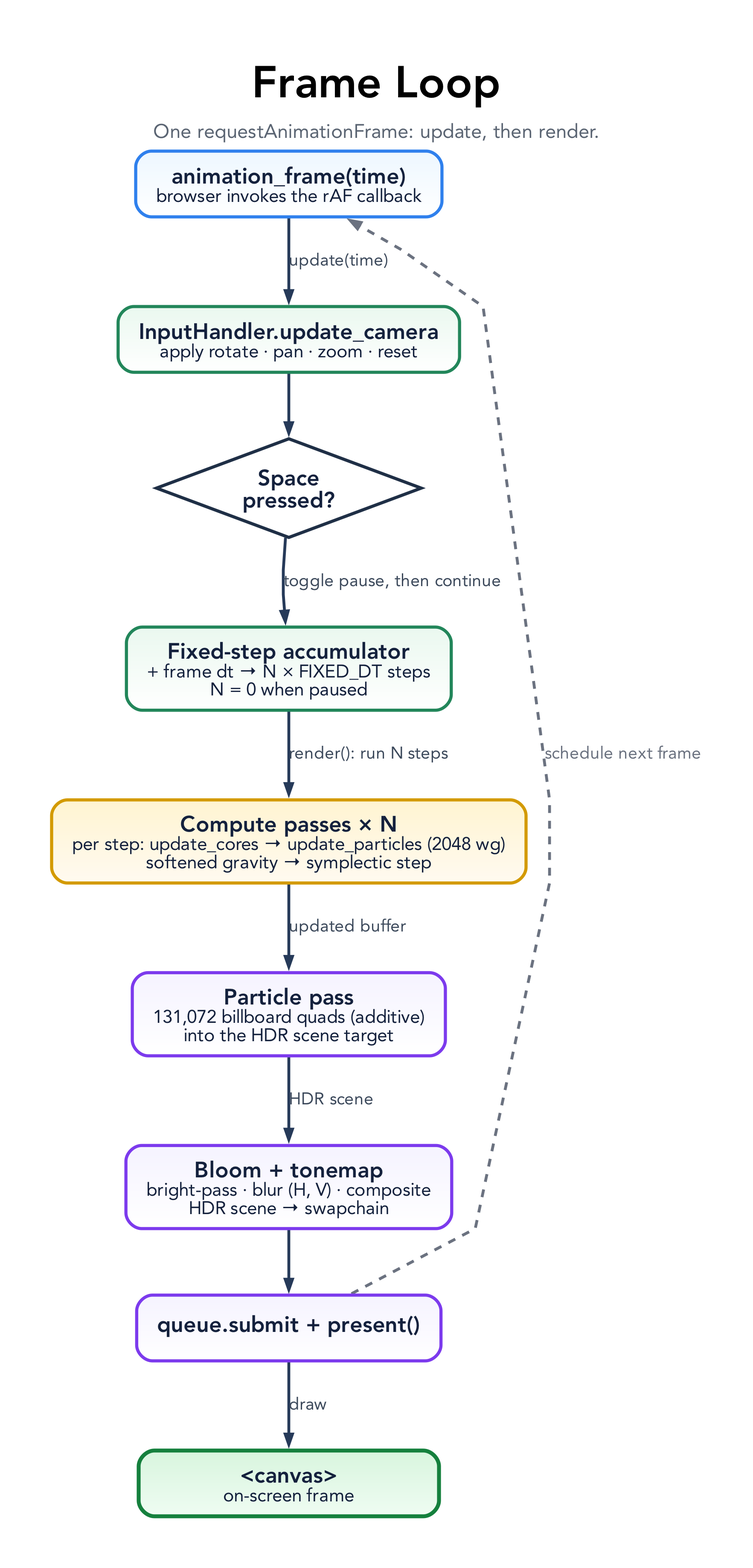
This is docs/diagrams/frame-loop.png from tre-systems/galacto, a Graphviz export, as it was before one commit. Its source is kept beside it as docs/diagrams/frame-loop.dot.
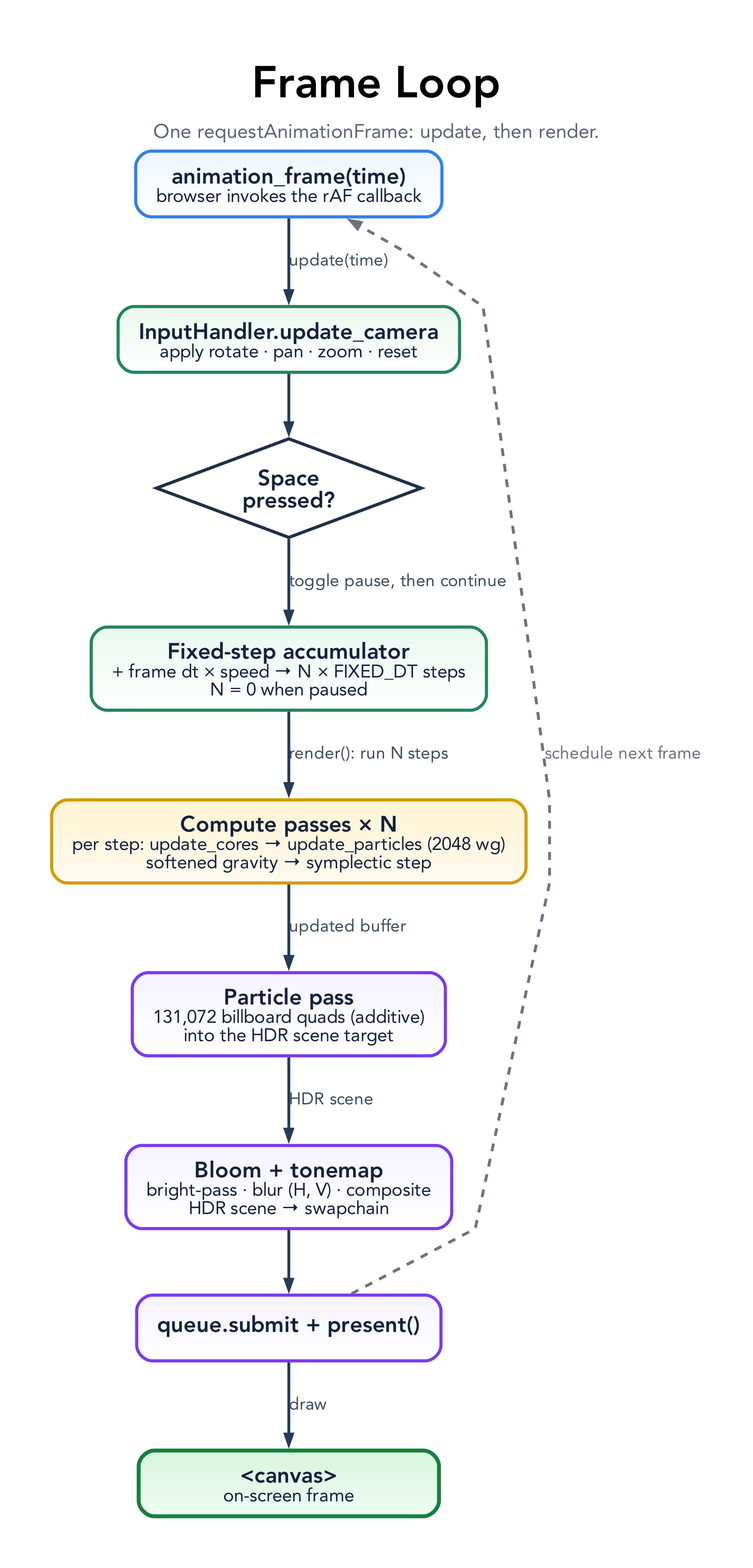
The same diagram one commit later.

Commit message:
feat: simulation-speed slider + zoom out further

What changed in the source:
```diff
@@ -48,7 +48,7 @@
 
   U1 [label=<<B>InputHandler.update_camera</B><BR/><FONT POINT-SIZE="14">apply rotate · pan · zoom · reset</FONT>>, fillcolor="#eaf8ef:#ffffff", color="#22865a"];
   U2 [shape=diamond, style=filled, fillcolor="#ffffff", color="#1f2f46", penwidth=2.4, width=2.4, height=1.05, label=<<B>Space<BR/>pressed?</B>>];
-  U3 [label=<<B>Fixed-step accumulator</B><BR/><FONT POINT-SIZE="14">+ frame dt → N × FIXED_DT steps<BR/>N = 0 when paused</FONT>>, fillcolor="#eaf8ef:#ffffff", color="#22865a"];
+  U3 [label=<<B>Fixed-step accumulator</B><BR/><FONT POINT-SIZE="14">+ frame dt × speed → N × FIXED_DT steps<BR/>N = 0 when paused</FONT>>, fillcolor="#eaf8ef:#ffffff", color="#22865a"];
 
   CP [label=<<B>Compute passes × N</B><BR/><FONT POINT-SIZE="14">per step: update_cores → update_particles (2048 wg)<BR/>softened gravity → symplectic step</FONT>>, fillcolor="#fff4d1:#fffaf0", color="#d39a00"];
   RP [label=<<B>Particle pass</B><BR/><FONT POINT-SIZE="14">131,072 billboard quads (additive)<BR/>into the HDR scene target</FONT>>, fillcolor="#f5f3ff:#ffffff", color="#7c3aed"];
```
